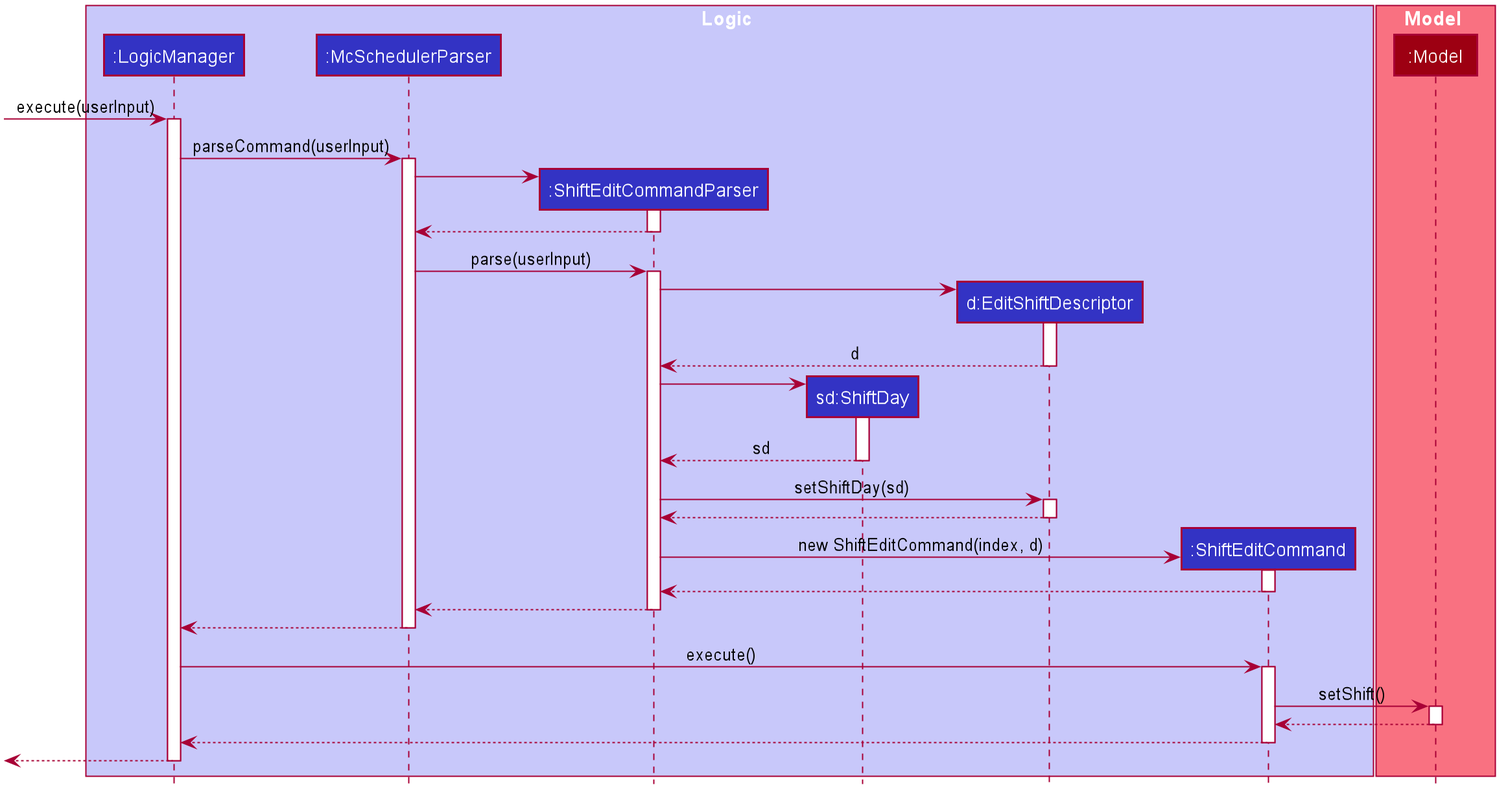
Above: docs/images/EditShiftSequenceDiagram.png in wakululuu/tp (PlantUML), before the change.
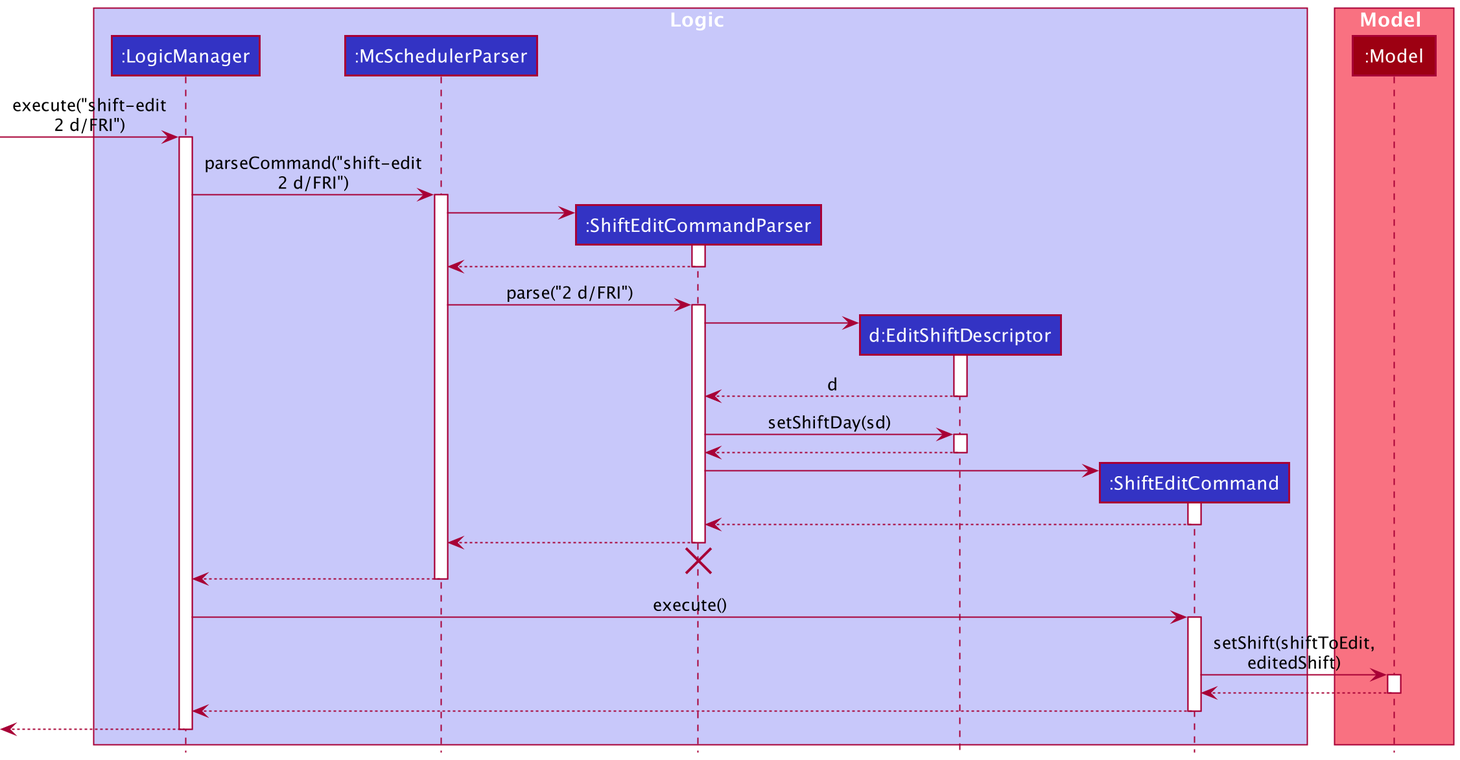
Later version of the same file.

Diff of the diagram source:
```diff
@@ -1,72 +1,22 @@
 @startuml
+!include style.puml
 
-
-
-
-
-
-
-
-skinparam BackgroundColor #FFFFFFF
-
-skinparam Shadowing false
-
-skinparam Class {
-    FontColor #FFFFFF
-    BorderThickness 1
-    BorderColor #FFFFFF
-    StereotypeFontColor #FFFFFF
-    FontName Arial
-    AttributeFontColor #FFFFFF
-    AttributeFontName Arial
-}
-
-skinparam Actor {
-    BorderColor #000000
-    Color #000000
-    FontName Arial
-}
-
-skinparam Sequence {
-    MessageAlign center
-    BoxFontSize 15
-    BoxPadding 0
-    BoxFontColor #FFFFFF
-    FontName Arial
-}
-
-skinparam Participant {
-    FontColor #FFFFFFF
-    Padding 20
-}
-
-skinparam MinClassWidth 50
-skinparam ParticipantPadding 10
-skinparam Shadowing false
-skinparam DefaultTextAlignment center
-skinparam packageStyle Rectangle
-
-hide footbox
-hide empty members
-hide circle
-
-box Logic #C8C8FA
-participant ":LogicManager" as LogicManager #3333C4
-participant ":McSchedulerParser" as McSchedulerParser #3333C4
-participant ":ShiftEditCommandParser" as ShiftEditCommandParser #3333C4
-participant "sd:ShiftDay" as ShiftDay #3333C4
-participant "d:EditShiftDescriptor" as EditShiftDescriptor #3333C4
-participant ":ShiftEditCommand" as ShiftEditCommand #3333C4
+box Logic LOGIC_COLOR_T1
+participant ":LogicManager" as LogicManager LOGIC_COLOR
+participant ":McSchedulerParser" as McSchedulerParser LOGIC_COLOR
+participant ":ShiftEditCommandParser" as ShiftEditCommandParser LOGIC_COLOR
+participant "d:EditShiftDescriptor" as EditShiftDescriptor LOGIC_COLOR
+participant ":ShiftEditCommand" as ShiftEditCommand LOGIC_COLOR
 end box
 
-box Model #F97181
-participant ":Model" as Model #9D0012
+box Model MODEL_COLOR_T1
+participant ":Model" as Model MODEL_COLOR
 end box
 
-[-> LogicManager : execute(userInput)
+[-> LogicManager : execute("shift-edit\n2 d/FRI")
 activate LogicManager
 
-LogicManager -> McSchedulerParser : parseCommand(userInput)
+LogicManager -> McSchedulerParser : parseCommand("shift-edit\n2 d/FRI")
 activate McSchedulerParser
 
 create ShiftEditCommandParser
@@ -75,7 +25,7 @@
 ShiftEditCommandParser --> McSchedulerParser
 deactivate ShiftEditCommandParser
 
-McSchedulerParser -> ShiftEditCommandParser: parse(userInput)
+McSchedulerParser -> ShiftEditCommandParser: parse("2 d/FRI")
 activate ShiftEditCommandParser
 
 create EditShiftDescriptor
@@ -84,32 +34,29 @@
 EditShiftDescriptor --> ShiftEditCommandParser : d
 deactivate EditShiftDescriptor
 
-create ShiftDay
-ShiftEditCommandParser -> ShiftDay
-activate ShiftDay
-ShiftDay --> ShiftEditCommandParser : sd
-deactivate ShiftDay
-
 ShiftEditCommandParser -> EditShiftDescriptor : setShiftDay(sd)
 activate EditShiftDescriptor
 EditShiftDescriptor --> ShiftEditCommandParser
 deactivate EditShiftDescriptor
 
 create ShiftEditCommand
-ShiftEditCommandParser -> ShiftEditCommand : new ShiftEditCommand(index, d)
+ShiftEditCommandParser -> ShiftEditCommand
 activate ShiftEditCommand
 ShiftEditCommand --> ShiftEditCommandParser
 deactivate ShiftEditCommand
 
 ShiftEditCommandParser --> McSchedulerParser
 deactivate ShiftEditCommandParser
+ShiftEditCommandParser -[hidden]-> McSchedulerParser
+destroy ShiftEditCommandParser
+
 McSchedulerParser --> LogicManager
 deactivate McSchedulerParser
 
 LogicManager -> ShiftEditCommand : execute()
 activate ShiftEditCommand
 
-ShiftEditCommand -> Model : setShift()
+ShiftEditCommand -> Model : setShift(shiftToEdit,\neditedShift)
 activate Model
 Model --> ShiftEditCommand
 deactivate Model
```
